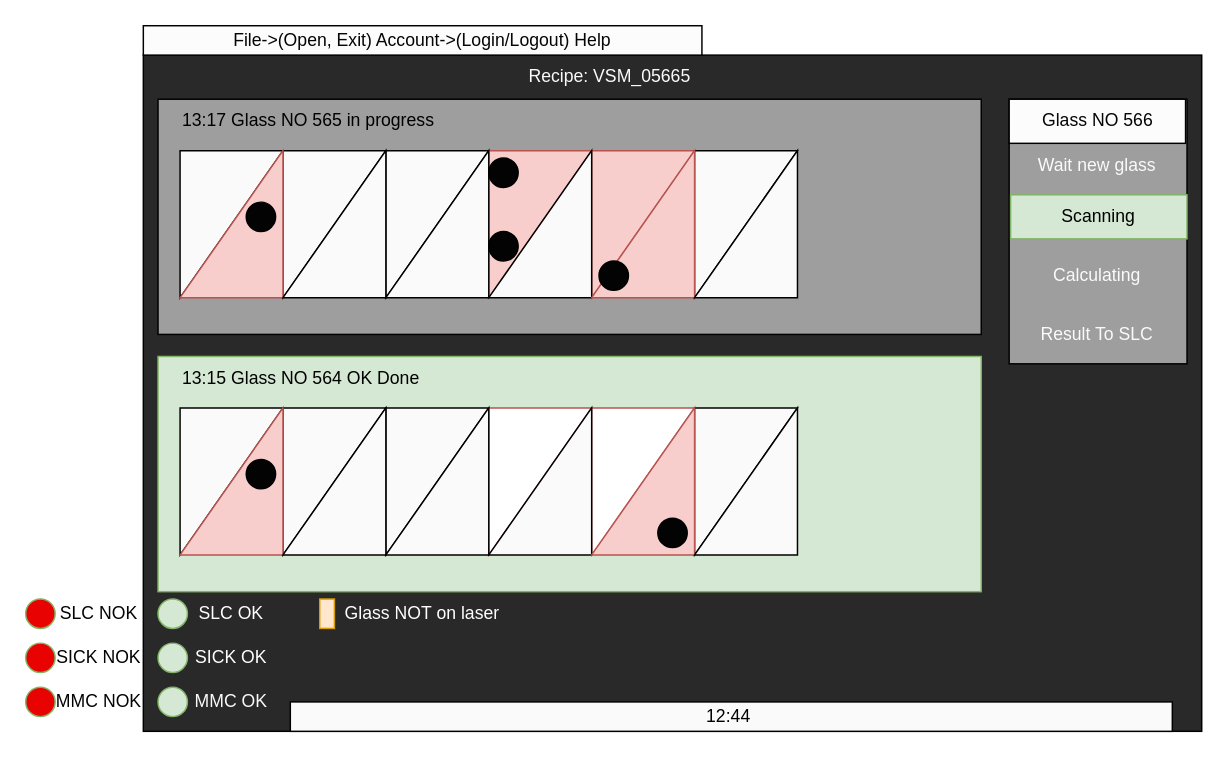
Earlier version of the draw.io diagram page "Main window" (3 of 3) of Inspection Platform Dataflow.drawio (megavad/Diagrams). Source tidied: cells renumbered, new cells numbered last; positions are measured from the earlier drawing's top-left corner, leaving out a move shared by most shapes. Both pictures are drawn from the tidied source at 147%, with x=0, y=0 at pixel (25, 25).
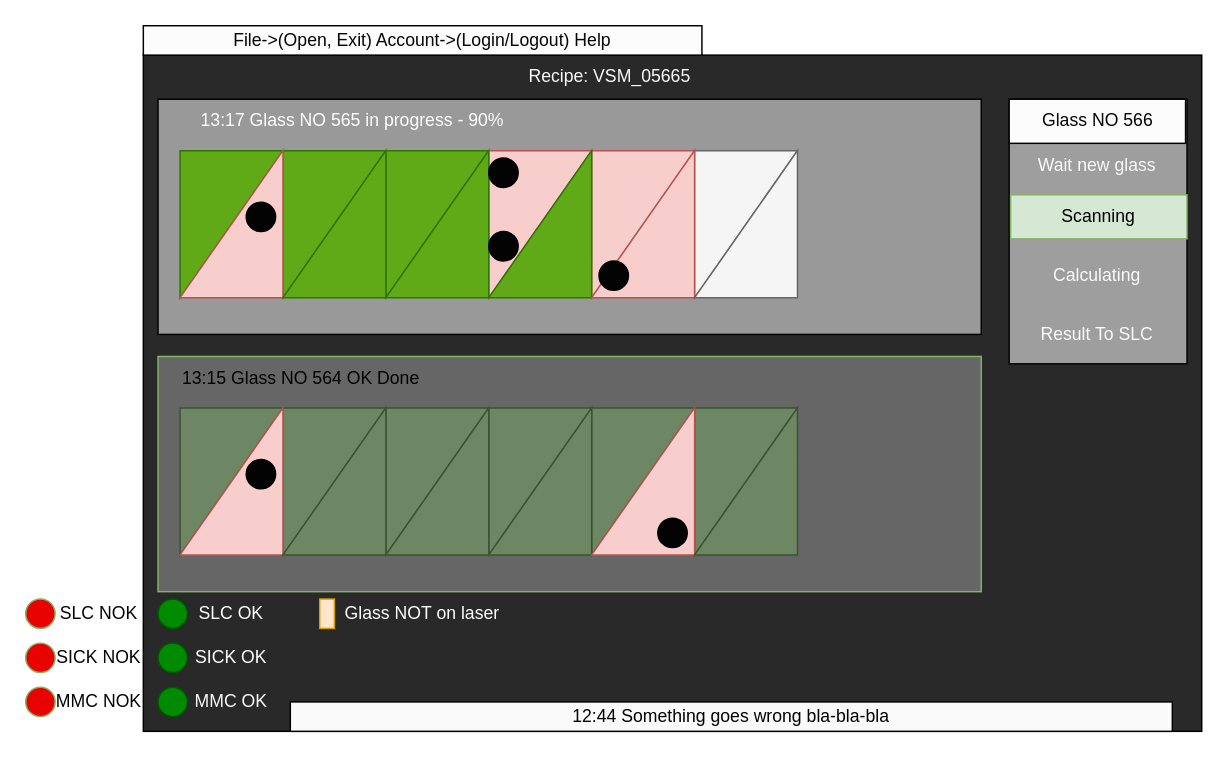
The same page after the edit.

The edit, as a diff of the source:
```diff
@@
-    <mxCell id="3" value="12:44&amp;nbsp;" style="rounded=0;whiteSpace=wrap;html=1;fillColor=#FAFAFA;" parent="1" vertex="1">
+    <mxCell id="3" value="12:44 Something goes wrong bla-bla-bla" style="rounded=0;whiteSpace=wrap;html=1;fillColor=#FAFAFA;" parent="1" vertex="1">
       <mxGeometry x="180" y="460" width="600" height="20" as="geometry" />
     </mxCell>
-    <mxCell id="4" style="ellipse;whiteSpace=wrap;html=1;fillColor=#d5e8d4;strokeColor=#82b366;" parent="1" vertex="1">
+    <mxCell id="4" style="ellipse;whiteSpace=wrap;html=1;fillColor=#008a00;strokeColor=#005700;fontColor=#ffffff;" parent="1" vertex="1">
       <mxGeometry x="90" y="390" width="20" height="20" as="geometry" />
     </mxCell>
-    <mxCell id="5" style="ellipse;whiteSpace=wrap;html=1;fillColor=#d5e8d4;strokeColor=#82b366;" parent="1" vertex="1">
+    <mxCell id="5" style="ellipse;whiteSpace=wrap;html=1;fillColor=#008a00;strokeColor=#005700;fontColor=#ffffff;" parent="1" vertex="1">
       <mxGeometry x="90" y="420" width="20" height="20" as="geometry" />
     </mxCell>
-    <mxCell id="6" style="ellipse;whiteSpace=wrap;html=1;fillColor=#d5e8d4;strokeColor=#82b366;" parent="1" vertex="1">
+    <mxCell id="6" style="ellipse;whiteSpace=wrap;html=1;fillColor=#008a00;strokeColor=#005700;fontColor=#ffffff;" parent="1" vertex="1">
       <mxGeometry x="90" y="450" width="20" height="20" as="geometry" />
     </mxCell>
@@
-    <mxCell id="9" style="rounded=0;whiteSpace=wrap;html=1;fillColor=#9E9E9E;" parent="1" vertex="1">
+    <mxCell id="9" style="rounded=0;whiteSpace=wrap;html=1;fillColor=#999999;" parent="1" vertex="1">
       <mxGeometry x="90" y="50" width="560" height="160" as="geometry" />
     </mxCell>
@@
-    <mxCell id="11" style="verticalLabelPosition=bottom;verticalAlign=top;html=1;shape=mxgraph.basic.orthogonal_triangle;fillColor=#FAFAFA;direction=south;" parent="1" vertex="1">
+    <mxCell id="11" style="verticalLabelPosition=bottom;verticalAlign=top;html=1;shape=mxgraph.basic.orthogonal_triangle;fillColor=#60a917;direction=south;strokeColor=#2D7600;fontColor=#ffffff;" parent="1" vertex="1">
       <mxGeometry x="105" y="85" width="70" height="100" as="geometry" />
     </mxCell>
-    <mxCell id="12" style="verticalLabelPosition=bottom;verticalAlign=top;html=1;shape=mxgraph.basic.orthogonal_triangle;fillColor=#FAFAFA;direction=south;" parent="1" vertex="1">
+    <mxCell id="12" style="verticalLabelPosition=bottom;verticalAlign=top;html=1;shape=mxgraph.basic.orthogonal_triangle;fillColor=#60a917;direction=south;strokeColor=#2D7600;fontColor=#ffffff;" parent="1" vertex="1">
       <mxGeometry x="175" y="85" width="70" height="100" as="geometry" />
     </mxCell>
-    <mxCell id="13" style="verticalLabelPosition=bottom;verticalAlign=top;html=1;shape=mxgraph.basic.orthogonal_triangle;fillColor=#FAFAFA;direction=south;" parent="1" vertex="1">
+    <mxCell id="13" style="verticalLabelPosition=bottom;verticalAlign=top;html=1;shape=mxgraph.basic.orthogonal_triangle;fillColor=#60a917;direction=south;strokeColor=#2D7600;fontColor=#ffffff;" parent="1" vertex="1">
       <mxGeometry x="245" y="85" width="70" height="100" as="geometry" />
     </mxCell>
@@
-    <mxCell id="16" style="verticalLabelPosition=bottom;verticalAlign=top;html=1;shape=mxgraph.basic.orthogonal_triangle;fillColor=#FAFAFA;direction=south;" parent="1" vertex="1">
+    <mxCell id="16" style="verticalLabelPosition=bottom;verticalAlign=top;html=1;shape=mxgraph.basic.orthogonal_triangle;fillColor=#f5f5f5;direction=south;strokeColor=#666666;" parent="1" vertex="1">
       <mxGeometry x="455" y="85" width="70" height="100" as="geometry" />
     </mxCell>
@@
-    <mxCell id="18" style="verticalLabelPosition=bottom;verticalAlign=top;html=1;shape=mxgraph.basic.orthogonal_triangle;fillColor=#FAFAFA;direction=north;" parent="1" vertex="1">
+    <mxCell id="18" style="verticalLabelPosition=bottom;verticalAlign=top;html=1;shape=mxgraph.basic.orthogonal_triangle;fillColor=#60a917;direction=north;strokeColor=#2D7600;fontColor=#ffffff;" parent="1" vertex="1">
       <mxGeometry x="175" y="85" width="70" height="100" as="geometry" />
     </mxCell>
-    <mxCell id="19" style="verticalLabelPosition=bottom;verticalAlign=top;html=1;shape=mxgraph.basic.orthogonal_triangle;fillColor=#FAFAFA;direction=north;" parent="1" vertex="1">
+    <mxCell id="19" style="verticalLabelPosition=bottom;verticalAlign=top;html=1;shape=mxgraph.basic.orthogonal_triangle;fillColor=#60a917;direction=north;strokeColor=#2D7600;fontColor=#ffffff;" parent="1" vertex="1">
       <mxGeometry x="245" y="85" width="70" height="100" as="geometry" />
     </mxCell>
-    <mxCell id="20" style="verticalLabelPosition=bottom;verticalAlign=top;html=1;shape=mxgraph.basic.orthogonal_triangle;fillColor=#FAFAFA;direction=north;" parent="1" vertex="1">
+    <mxCell id="20" style="verticalLabelPosition=bottom;verticalAlign=top;html=1;shape=mxgraph.basic.orthogonal_triangle;fillColor=#60a917;direction=north;strokeColor=#2D7600;fontColor=#ffffff;" parent="1" vertex="1">
       <mxGeometry x="315" y="85" width="70" height="100" as="geometry" />
     </mxCell>
@@
-    <mxCell id="22" style="verticalLabelPosition=bottom;verticalAlign=top;html=1;shape=mxgraph.basic.orthogonal_triangle;fillColor=#FAFAFA;direction=north;" parent="1" vertex="1">
+    <mxCell id="22" style="verticalLabelPosition=bottom;verticalAlign=top;html=1;shape=mxgraph.basic.orthogonal_triangle;fillColor=#f5f5f5;direction=north;strokeColor=#666666;" parent="1" vertex="1">
       <mxGeometry x="455" y="85" width="70" height="100" as="geometry" />
     </mxCell>
@@
-    <mxCell id="27" value="13:17 Glass NO 565 in progress" style="text;html=1;strokeColor=none;fillColor=none;align=center;verticalAlign=middle;whiteSpace=wrap;rounded=0;" parent="1" vertex="1">
-      <mxGeometry x="105" y="50" width="175" height="30" as="geometry" />
+    <mxCell id="27" value="&lt;font color=&quot;#ffffff&quot;&gt;13:17 Glass NO 565 in progress - 90%&lt;/font&gt;" style="text;html=1;strokeColor=none;fillColor=none;align=center;verticalAlign=middle;whiteSpace=wrap;rounded=0;" parent="1" vertex="1">
+      <mxGeometry x="105" y="50" width="235" height="30" as="geometry" />
     </mxCell>
-    <mxCell id="28" style="rounded=0;whiteSpace=wrap;html=1;fillColor=#d5e8d4;strokeColor=#82b366;" parent="1" vertex="1">
+    <mxCell id="28" style="rounded=0;whiteSpace=wrap;html=1;fillColor=#666666;strokeColor=#82b366;" parent="1" vertex="1">
       <mxGeometry x="90" y="225" width="560" height="160" as="geometry" />
     </mxCell>
-    <mxCell id="29" style="verticalLabelPosition=bottom;verticalAlign=top;html=1;shape=mxgraph.basic.orthogonal_triangle;fillColor=#FAFAFA;direction=south;" parent="1" vertex="1">
+    <mxCell id="29" style="verticalLabelPosition=bottom;verticalAlign=top;html=1;shape=mxgraph.basic.orthogonal_triangle;fillColor=#6d8764;direction=south;strokeColor=#3A5431;fontColor=#ffffff;" parent="1" vertex="1">
       <mxGeometry x="105" y="260" width="70" height="100" as="geometry" />
     </mxCell>
-    <mxCell id="30" style="verticalLabelPosition=bottom;verticalAlign=top;html=1;shape=mxgraph.basic.orthogonal_triangle;fillColor=#FAFAFA;direction=south;" parent="1" vertex="1">
+    <mxCell id="30" style="verticalLabelPosition=bottom;verticalAlign=top;html=1;shape=mxgraph.basic.orthogonal_triangle;fillColor=#6d8764;direction=south;strokeColor=#3A5431;fontColor=#ffffff;" parent="1" vertex="1">
       <mxGeometry x="175" y="260" width="70" height="100" as="geometry" />
     </mxCell>
-    <mxCell id="31" style="verticalLabelPosition=bottom;verticalAlign=top;html=1;shape=mxgraph.basic.orthogonal_triangle;fillColor=#FAFAFA;direction=south;" parent="1" vertex="1">
+    <mxCell id="31" style="verticalLabelPosition=bottom;verticalAlign=top;html=1;shape=mxgraph.basic.orthogonal_triangle;fillColor=#6d8764;direction=south;strokeColor=#3A5431;fontColor=#ffffff;" parent="1" vertex="1">
       <mxGeometry x="245" y="260" width="70" height="100" as="geometry" />
     </mxCell>
-    <mxCell id="32" style="verticalLabelPosition=bottom;verticalAlign=top;html=1;shape=mxgraph.basic.orthogonal_triangle;fillColor=#FFFFFF;direction=south;strokeColor=#b85450;" parent="1" vertex="1">
+    <mxCell id="32" style="verticalLabelPosition=bottom;verticalAlign=top;html=1;shape=mxgraph.basic.orthogonal_triangle;fillColor=#6d8764;direction=south;strokeColor=#3A5431;fontColor=#ffffff;" parent="1" vertex="1">
       <mxGeometry x="315" y="260" width="70" height="100" as="geometry" />
     </mxCell>
-    <mxCell id="33" style="verticalLabelPosition=bottom;verticalAlign=top;html=1;shape=mxgraph.basic.orthogonal_triangle;fillColor=#FFFFFF;direction=south;strokeColor=#b85450;" parent="1" vertex="1">
+    <mxCell id="33" style="verticalLabelPosition=bottom;verticalAlign=top;html=1;shape=mxgraph.basic.orthogonal_triangle;fillColor=#6d8764;direction=south;strokeColor=#3A5431;fontColor=#ffffff;" parent="1" vertex="1">
       <mxGeometry x="385" y="260" width="70" height="100" as="geometry" />
     </mxCell>
-    <mxCell id="34" style="verticalLabelPosition=bottom;verticalAlign=top;html=1;shape=mxgraph.basic.orthogonal_triangle;fillColor=#FAFAFA;direction=south;" parent="1" vertex="1">
+    <mxCell id="34" style="verticalLabelPosition=bottom;verticalAlign=top;html=1;shape=mxgraph.basic.orthogonal_triangle;fillColor=#6d8764;direction=south;strokeColor=#3A5431;fontColor=#ffffff;" parent="1" vertex="1">
       <mxGeometry x="455" y="260" width="70" height="100" as="geometry" />
     </mxCell>
@@
-    <mxCell id="36" style="verticalLabelPosition=bottom;verticalAlign=top;html=1;shape=mxgraph.basic.orthogonal_triangle;fillColor=#FAFAFA;direction=north;" parent="1" vertex="1">
+    <mxCell id="36" style="verticalLabelPosition=bottom;verticalAlign=top;html=1;shape=mxgraph.basic.orthogonal_triangle;fillColor=#6d8764;direction=north;strokeColor=#3A5431;fontColor=#ffffff;" parent="1" vertex="1">
       <mxGeometry x="175" y="260" width="70" height="100" as="geometry" />
     </mxCell>
-    <mxCell id="37" style="verticalLabelPosition=bottom;verticalAlign=top;html=1;shape=mxgraph.basic.orthogonal_triangle;fillColor=#FAFAFA;direction=north;" parent="1" vertex="1">
+    <mxCell id="37" style="verticalLabelPosition=bottom;verticalAlign=top;html=1;shape=mxgraph.basic.orthogonal_triangle;fillColor=#6d8764;direction=north;strokeColor=#3A5431;fontColor=#ffffff;" parent="1" vertex="1">
       <mxGeometry x="245" y="260" width="70" height="100" as="geometry" />
     </mxCell>
-    <mxCell id="38" style="verticalLabelPosition=bottom;verticalAlign=top;html=1;shape=mxgraph.basic.orthogonal_triangle;fillColor=#FAFAFA;direction=north;" parent="1" vertex="1">
+    <mxCell id="38" style="verticalLabelPosition=bottom;verticalAlign=top;html=1;shape=mxgraph.basic.orthogonal_triangle;fillColor=#6d8764;direction=north;strokeColor=#3A5431;fontColor=#ffffff;" parent="1" vertex="1">
       <mxGeometry x="315" y="260" width="70" height="100" as="geometry" />
     </mxCell>
@@
-    <mxCell id="40" style="verticalLabelPosition=bottom;verticalAlign=top;html=1;shape=mxgraph.basic.orthogonal_triangle;fillColor=#FAFAFA;direction=north;" parent="1" vertex="1">
+    <mxCell id="40" style="verticalLabelPosition=bottom;verticalAlign=top;html=1;shape=mxgraph.basic.orthogonal_triangle;fillColor=#6d8764;direction=north;strokeColor=#3A5431;fontColor=#ffffff;" parent="1" vertex="1">
       <mxGeometry x="455" y="260" width="70" height="100" as="geometry" />
     </mxCell>
```
